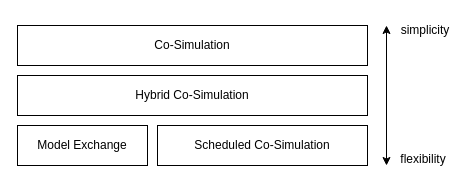
The draw.io diagram docs/3.0-dev/images/fmi-types-overview.drawio in modelica/fmi-standard.org, before the edit. Source tidied: cells renumbered, new cells numbered last; positions are measured from the earlier drawing's top-left corner, leaving out a move shared by most shapes. Both pictures are drawn from the tidied source at 100%, with x=0, y=0 at pixel (17, 20).
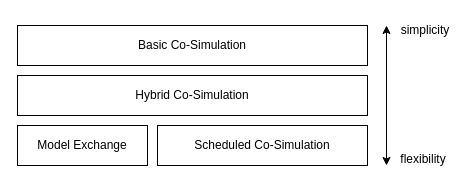
Above is the later version.

Commit message (it also covers changes not shown here):
Update generated specification from fmi-standard (bc07b7c)

What changed in the source:
```diff
@@
 <mxGraphModel>
   <root>
     <mxCell id="0" />
     <mxCell id="1" parent="0" />
-    <mxCell id="2" value="&lt;span style=&quot;white-space: normal&quot;&gt;Co-Simulation&lt;/span&gt;" style="rounded=0;whiteSpace=wrap;html=1;align=center;" parent="1" vertex="1">
+    <mxCell id="2" value="&lt;span style=&quot;white-space: normal&quot;&gt;Basic Co-Simulation&lt;/span&gt;" style="rounded=0;whiteSpace=wrap;html=1;align=center;" parent="1" vertex="1">
       <mxGeometry y="5" width="350" height="40" as="geometry" />
     </mxCell>
     <mxCell id="3" value="&lt;span style=&quot;white-space: normal&quot;&gt;Hybrid Co-Simulation&lt;/span&gt;" style="rounded=0;whiteSpace=wrap;html=1;" parent="1" vertex="1">
       <mxGeometry y="55" width="350" height="40" as="geometry" />
     </mxCell>
     <mxCell id="4" value="Model Exchange" style="rounded=0;whiteSpace=wrap;html=1;" parent="1" vertex="1">
       <mxGeometry y="105" width="130" height="40" as="geometry" />
     </mxCell>
     <mxCell id="5" value="Scheduled Co-Simulation" style="rounded=0;whiteSpace=wrap;html=1;" parent="1" vertex="1">
       <mxGeometry x="140" y="105" width="210" height="40" as="geometry" />
     </mxCell>
     <mxCell id="6" style="endArrow=classic;startArrow=classic;html=1;" parent="1" edge="1">
       <mxGeometry relative="1" as="geometry">
         <mxPoint x="369" y="145" as="sourcePoint" />
         <mxPoint x="369" y="5" as="targetPoint" />
       </mxGeometry>
     </mxCell>
     <mxCell id="7" value="simplicity" style="text;html=1;strokeColor=none;fillColor=none;align=center;verticalAlign=middle;whiteSpace=wrap;rounded=0;" parent="1" vertex="1">
       <mxGeometry x="388" width="40" height="20" as="geometry" />
     </mxCell>
     <mxCell id="8" value="flexibility" style="text;html=1;strokeColor=none;fillColor=none;align=center;verticalAlign=middle;whiteSpace=wrap;rounded=0;" parent="1" vertex="1">
       <mxGeometry x="386" y="129" width="40" height="20" as="geometry" />
     </mxCell>
   </root>
 </mxGraphModel>
```
